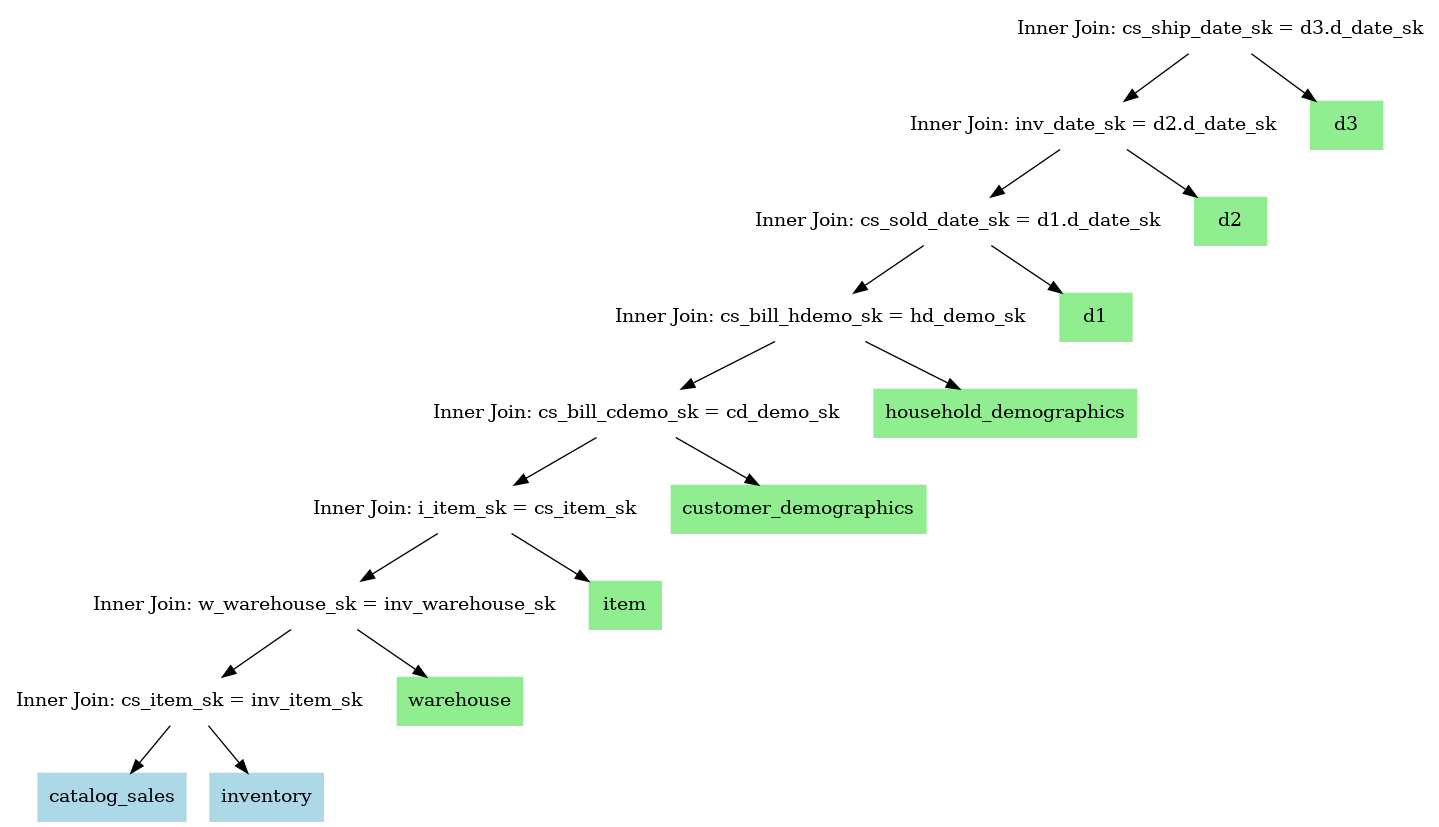
The Graphviz diagram examples/example1.png in andygrove/qpml, before a commit. Its source is kept beside it as examples/example1.dot.
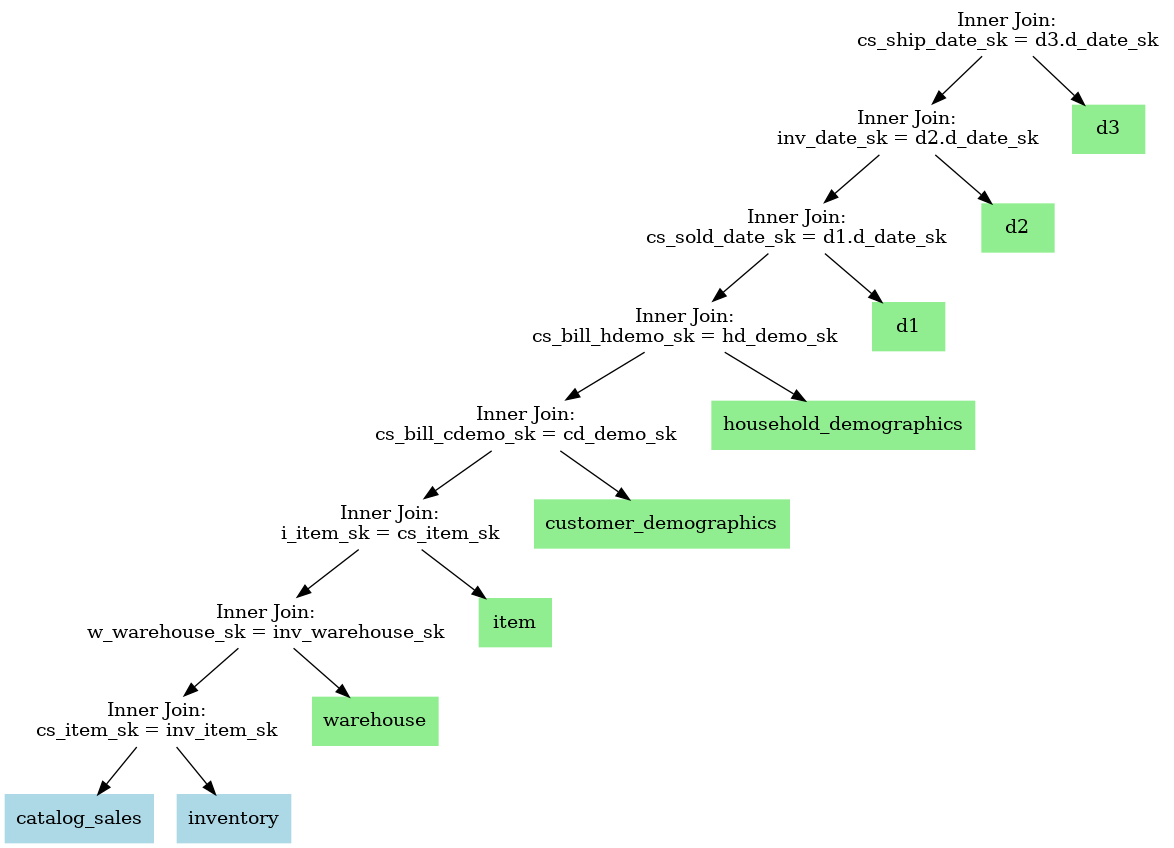
After the change.

Commit message:
improve example format

Diff of the diagram source:
```diff
@@ -1,20 +1,20 @@
 digraph G {
 
-	node0 [shape=box, label="Inner Join: cs_ship_date_sk = d3.d_date_sk", style=filled, color="white"];
+	node0 [shape=box, label="Inner Join:\ncs_ship_date_sk = d3.d_date_sk", style=filled, color="white"];
 	node0 -> node0_0;
-	node0_0 [shape=box, label="Inner Join: inv_date_sk = d2.d_date_sk", style=filled, color="white"];
+	node0_0 [shape=box, label="Inner Join:\ninv_date_sk = d2.d_date_sk", style=filled, color="white"];
 	node0_0 -> node0_0_0;
-	node0_0_0 [shape=box, label="Inner Join: cs_sold_date_sk = d1.d_date_sk", style=filled, color="white"];
+	node0_0_0 [shape=box, label="Inner Join:\ncs_sold_date_sk = d1.d_date_sk", style=filled, color="white"];
 	node0_0_0 -> node0_0_0_0;
-	node0_0_0_0 [shape=box, label="Inner Join: cs_bill_hdemo_sk = hd_demo_sk", style=filled, color="white"];
+	node0_0_0_0 [shape=box, label="Inner Join:\ncs_bill_hdemo_sk = hd_demo_sk", style=filled, color="white"];
 	node0_0_0_0 -> node0_0_0_0_0;
-	node0_0_0_0_0 [shape=box, label="Inner Join: cs_bill_cdemo_sk = cd_demo_sk", style=filled, color="white"];
+	node0_0_0_0_0 [shape=box, label="Inner Join:\ncs_bill_cdemo_sk = cd_demo_sk", style=filled, color="white"];
 	node0_0_0_0_0 -> node0_0_0_0_0_0;
-	node0_0_0_0_0_0 [shape=box, label="Inner Join: i_item_sk = cs_item_sk", style=filled, color="white"];
+	node0_0_0_0_0_0 [shape=box, label="Inner Join:\ni_item_sk = cs_item_sk", style=filled, color="white"];
 	node0_0_0_0_0_0 -> node0_0_0_0_0_0_0;
-	node0_0_0_0_0_0_0 [shape=box, label="Inner Join: w_warehouse_sk = inv_warehouse_sk", style=filled, color="white"];
+	node0_0_0_0_0_0_0 [shape=box, label="Inner Join:\nw_warehouse_sk = inv_warehouse_sk", style=filled, color="white"];
 	node0_0_0_0_0_0_0 -> node0_0_0_0_0_0_0_0;
-	node0_0_0_0_0_0_0_0 [shape=box, label="Inner Join: cs_item_sk = inv_item_sk", style=filled, color="white"];
+	node0_0_0_0_0_0_0_0 [shape=box, label="Inner Join:\ncs_item_sk = inv_item_sk", style=filled, color="white"];
 	node0_0_0_0_0_0_0_0 -> node0_0_0_0_0_0_0_0_0;
 	node0_0_0_0_0_0_0_0_0 [shape=box, label="catalog_sales", style=filled, color="lightblue"];
 	node0_0_0_0_0_0_0_0 -> node0_0_0_0_0_0_0_0_1;
```
